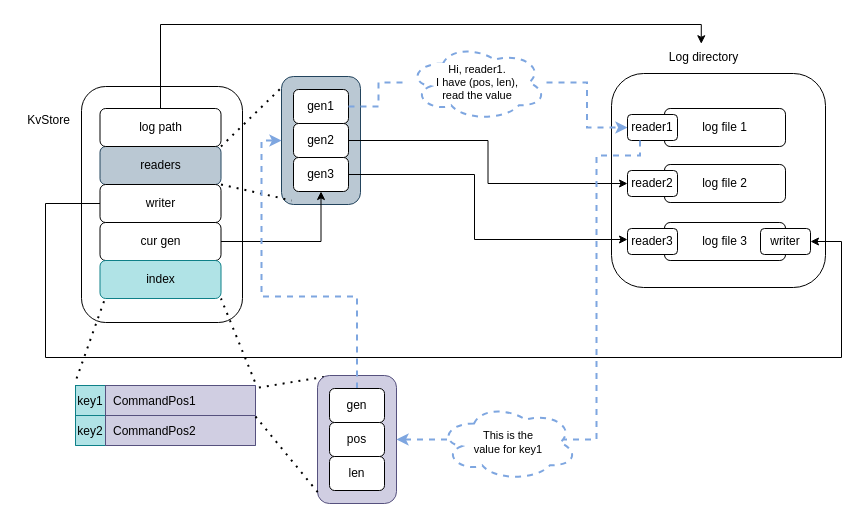
Above: distributed.drawio in miaochenlu/Draw (draw.io), before the change. Source tidied: cells renumbered, new cells numbered last; positions are measured from the earlier drawing's top-left corner, leaving out a move shared by most shapes. Both pictures are drawn from the tidied source at 100%, with x=0, y=0 at pixel (17, 44).
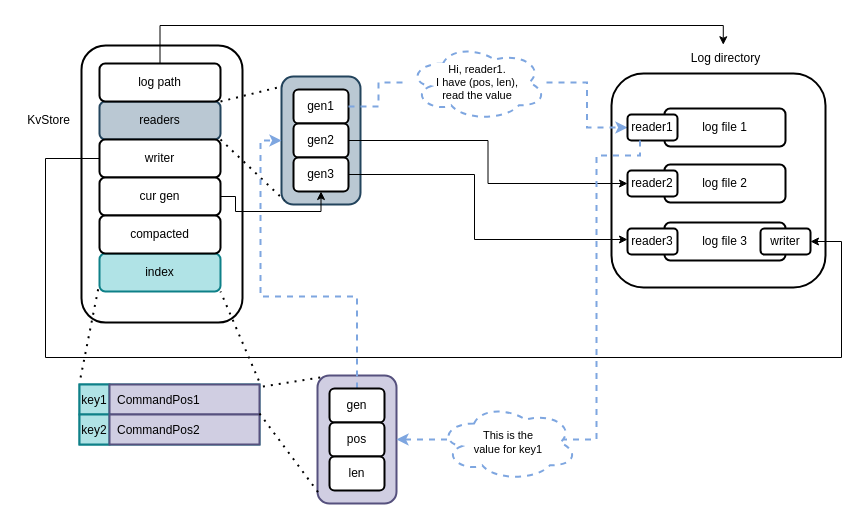
After the change.

What changed in the source:
```diff
@@
-    <mxCell id="2" style="rounded=1;whiteSpace=wrap;html=1;" parent="1" vertex="1">
+    <mxCell id="2" style="rounded=1;whiteSpace=wrap;html=1;strokeWidth=2;" parent="1" vertex="1">
       <mxGeometry x="594" y="29" width="214" height="214" as="geometry" />
     </mxCell>
-    <mxCell id="3" style="rounded=1;whiteSpace=wrap;html=1;fillColor=#bac8d3;strokeColor=#23445d;" parent="1" vertex="1">
+    <mxCell id="3" style="rounded=1;whiteSpace=wrap;html=1;fillColor=#bac8d3;strokeColor=#23445d;strokeWidth=2;" parent="1" vertex="1">
       <mxGeometry x="264" y="32" width="79" height="128" as="geometry" />
     </mxCell>
-    <mxCell id="4" style="rounded=1;whiteSpace=wrap;html=1;" parent="1" vertex="1">
-      <mxGeometry x="64" y="42" width="161" height="236" as="geometry" />
+    <mxCell id="4" style="rounded=1;whiteSpace=wrap;html=1;strokeWidth=2;" parent="1" vertex="1">
+      <mxGeometry x="64" y="1" width="161" height="277" as="geometry" />
     </mxCell>
-    <mxCell id="5" value="KvStore" style="text;html=1;align=center;verticalAlign=middle;strokeColor=none;fillColor=none;" parent="1" vertex="1">
+    <mxCell id="5" value="KvStore" style="text;html=1;align=center;verticalAlign=middle;strokeColor=none;fillColor=none;strokeWidth=2;" parent="1" vertex="1">
       <mxGeometry y="63" width="61" height="26" as="geometry" />
     </mxCell>
-    <mxCell id="6" value="Log directory" style="text;html=1;align=center;verticalAlign=middle;points=[];strokeColor=none;fillColor=none;" parent="1" vertex="1">
-      <mxGeometry x="642" width="87" height="26" as="geometry" />
+    <mxCell id="6" value="Log directory" style="text;html=1;align=center;verticalAlign=middle;points=[];strokeColor=none;fillColor=none;strokeWidth=2;" parent="1" vertex="1">
+      <mxGeometry x="664" y="1" width="87" height="26" as="geometry" />
     </mxCell>
-    <mxCell id="7" value="readers" style="rounded=1;whiteSpace=wrap;html=1;fillColor=#bac8d3;strokeColor=#23445d;" parent="1" vertex="1">
-      <mxGeometry x="82.5" y="102" width="121" height="38" as="geometry" />
+    <mxCell id="7" value="readers" style="rounded=1;whiteSpace=wrap;html=1;fillColor=#bac8d3;strokeColor=#23445d;strokeWidth=2;" parent="1" vertex="1">
+      <mxGeometry x="82" y="57" width="121" height="38" as="geometry" />
     </mxCell>
-    <mxCell id="8" style="edgeStyle=orthogonalEdgeStyle;rounded=0;jettySize=auto;html=1;exitX=0.5;exitY=0;exitDx=0;exitDy=0;entryX=0.48;entryY=-0.029;entryDx=0;entryDy=0;entryPerimeter=0;" parent="1" edge="1" source="9" target="6">
+    <mxCell id="8" style="edgeStyle=orthogonalEdgeStyle;rounded=0;jettySize=auto;html=1;exitX=0.5;exitY=0;exitDx=0;exitDy=0;entryX=0.48;entryY=-0.029;entryDx=0;entryDy=0;entryPerimeter=0;strokeWidth=1;" parent="1" edge="1" source="9" target="6">
       <mxGeometry relative="1" as="geometry" />
     </mxCell>
-    <mxCell id="9" value="log path" style="rounded=1;whiteSpace=wrap;html=1;" parent="1" vertex="1">
-      <mxGeometry x="82.5" y="64" width="121" height="38" as="geometry" />
+    <mxCell id="9" value="log path" style="rounded=1;whiteSpace=wrap;html=1;strokeWidth=2;" parent="1" vertex="1">
+      <mxGeometry x="82" y="19" width="121" height="38" as="geometry" />
     </mxCell>
-    <mxCell id="10" style="edgeStyle=orthogonalEdgeStyle;rounded=0;jettySize=auto;html=1;entryX=1;entryY=0.5;entryDx=0;entryDy=0;" parent="1" edge="1" source="11" target="29">
+    <mxCell id="10" style="edgeStyle=orthogonalEdgeStyle;rounded=0;jettySize=auto;html=1;entryX=1;entryY=0.5;entryDx=0;entryDy=0;exitX=0;exitY=0.5;exitDx=0;exitDy=0;strokeWidth=1;" parent="1" edge="1" source="11" target="29">
       <mxGeometry relative="1" as="geometry">
         <Array as="points">
-          <mxPoint x="28" y="159" />
+          <mxPoint x="28" y="114" />
           <mxPoint x="28" y="313" />
           <mxPoint x="824" y="313" />
           <mxPoint x="824" y="197" />
         </Array>
       </mxGeometry>
     </mxCell>
-    <mxCell id="11" value="writer" style="rounded=1;whiteSpace=wrap;html=1;" parent="1" vertex="1">
-      <mxGeometry x="82.5" y="140" width="121" height="38" as="geometry" />
+    <mxCell id="11" value="writer" style="rounded=1;whiteSpace=wrap;html=1;strokeWidth=2;" parent="1" vertex="1">
+      <mxGeometry x="82" y="95" width="121" height="38" as="geometry" />
     </mxCell>
-    <mxCell id="12" style="edgeStyle=orthogonalEdgeStyle;rounded=0;jettySize=auto;html=1;" parent="1" edge="1" source="13" target="22">
-      <mxGeometry relative="1" as="geometry" />
+    <mxCell id="12" style="edgeStyle=orthogonalEdgeStyle;rounded=0;jettySize=auto;html=1;entryX=0.5;entryY=1;entryDx=0;entryDy=0;strokeWidth=1;" parent="1" edge="1" source="13" target="22">
+      <mxGeometry relative="1" as="geometry">
+        <Array as="points">
+          <mxPoint x="218" y="152" />
+          <mxPoint x="218" y="167" />
+          <mxPoint x="304" y="167" />
+        </Array>
+      </mxGeometry>
     </mxCell>
-    <mxCell id="13" value="cur gen" style="rounded=1;whiteSpace=wrap;html=1;" parent="1" vertex="1">
-      <mxGeometry x="82.5" y="178" width="121" height="38" as="geometry" />
+    <mxCell id="13" value="cur gen" style="rounded=1;whiteSpace=wrap;html=1;strokeWidth=2;" parent="1" vertex="1">
+      <mxGeometry x="82" y="133" width="121" height="38" as="geometry" />
     </mxCell>
-    <mxCell id="14" value="index" style="rounded=1;whiteSpace=wrap;html=1;fillColor=#b0e3e6;strokeColor=#0e8088;" parent="1" vertex="1">
-      <mxGeometry x="82.5" y="216" width="121" height="38" as="geometry" />
+    <mxCell id="14" value="index" style="rounded=1;whiteSpace=wrap;html=1;fillColor=#b0e3e6;strokeColor=#0e8088;strokeWidth=2;" parent="1" vertex="1">
+      <mxGeometry x="82" y="209" width="121" height="38" as="geometry" />
     </mxCell>
-    <mxCell id="15" value="log file 1" style="rounded=1;whiteSpace=wrap;html=1;" parent="1" vertex="1">
+    <mxCell id="15" value="log file 1" style="rounded=1;whiteSpace=wrap;html=1;strokeWidth=2;" parent="1" vertex="1">
       <mxGeometry x="647" y="64" width="121" height="38" as="geometry" />
     </mxCell>
-    <mxCell id="16" value="log file 2" style="rounded=1;whiteSpace=wrap;html=1;" parent="1" vertex="1">
+    <mxCell id="16" value="log file 2" style="rounded=1;whiteSpace=wrap;html=1;strokeWidth=2;" parent="1" vertex="1">
       <mxGeometry x="647" y="120" width="121" height="38" as="geometry" />
     </mxCell>
-    <mxCell id="17" value="log file 3" style="rounded=1;whiteSpace=wrap;html=1;" parent="1" vertex="1">
+    <mxCell id="17" value="log file 3" style="rounded=1;whiteSpace=wrap;html=1;strokeWidth=2;" parent="1" vertex="1">
       <mxGeometry x="647" y="178" width="121" height="38" as="geometry" />
     </mxCell>
-    <mxCell id="18" value="gen1" style="rounded=1;whiteSpace=wrap;html=1;" parent="1" vertex="1">
+    <mxCell id="18" value="gen1" style="rounded=1;whiteSpace=wrap;html=1;strokeWidth=2;" parent="1" vertex="1">
       <mxGeometry x="276" y="45" width="55" height="34" as="geometry" />
     </mxCell>
@@
-    <mxCell id="20" value="gen2" style="rounded=1;whiteSpace=wrap;html=1;" parent="1" vertex="1">
+    <mxCell id="20" value="gen2" style="rounded=1;whiteSpace=wrap;html=1;strokeWidth=2;" parent="1" vertex="1">
       <mxGeometry x="276" y="79" width="55" height="34" as="geometry" />
     </mxCell>
-    <mxCell id="21" style="edgeStyle=orthogonalEdgeStyle;rounded=0;jettySize=auto;html=1;entryX=0;entryY=0.5;entryDx=0;entryDy=0;exitX=1;exitY=0.5;exitDx=0;exitDy=0;" parent="1" edge="1" source="20" target="27">
+    <mxCell id="21" style="edgeStyle=orthogonalEdgeStyle;rounded=0;jettySize=auto;html=1;entryX=0;entryY=0.5;entryDx=0;entryDy=0;exitX=1;exitY=0.5;exitDx=0;exitDy=0;strokeWidth=1;" parent="1" edge="1" source="20" target="27">
       <mxGeometry relative="1" as="geometry" />
     </mxCell>
-    <mxCell id="22" value="gen3" style="rounded=1;whiteSpace=wrap;html=1;" parent="1" vertex="1">
+    <mxCell id="22" value="gen3" style="rounded=1;whiteSpace=wrap;html=1;strokeWidth=2;" parent="1" vertex="1">
       <mxGeometry x="276" y="113" width="55" height="34" as="geometry" />
     </mxCell>
-    <mxCell id="23" style="edgeStyle=orthogonalEdgeStyle;rounded=0;jettySize=auto;html=1;" parent="1" edge="1" source="22" target="28">
+    <mxCell id="23" style="edgeStyle=orthogonalEdgeStyle;rounded=0;jettySize=auto;html=1;strokeWidth=1;" parent="1" edge="1" source="22" target="28">
       <mxGeometry relative="1" as="geometry">
         <Array as="points">
           <mxPoint x="457" y="130" />
           <mxPoint x="457" y="195" />
         </Array>
       </mxGeometry>
     </mxCell>
-    <mxCell id="24" style="endArrow=none;dashed=1;html=1;dashPattern=1 3;strokeWidth=2;rounded=0;entryX=0.017;entryY=0.076;entryDx=0;entryDy=0;entryPerimeter=0;" parent="1" edge="1" target="3">
-      <mxGeometry relative="1" as="geometry">
-        <mxPoint x="203.5" y="102" as="sourcePoint" />
-      </mxGeometry>
+    <mxCell id="24" style="endArrow=none;dashed=1;html=1;dashPattern=1 3;strokeWidth=2;rounded=0;entryX=0.017;entryY=0.076;entryDx=0;entryDy=0;entryPerimeter=0;exitX=1;exitY=0;exitDx=0;exitDy=0;" parent="1" edge="1" source="7" target="3">
+      <mxGeometry relative="1" as="geometry" />
     </mxCell>
     <mxCell id="25" style="endArrow=none;dashed=1;html=1;dashPattern=1 3;strokeWidth=2;rounded=0;exitX=1;exitY=1;exitDx=0;exitDy=0;" parent="1" edge="1" source="7">
       <mxGeometry relative="1" as="geometry">
-        <mxPoint x="274" y="156" as="targetPoint" />
+        <mxPoint x="267" y="156" as="targetPoint" />
       </mxGeometry>
     </mxCell>
-    <mxCell id="26" value="reader1" style="rounded=1;whiteSpace=wrap;html=1;" parent="1" vertex="1">
+    <mxCell id="26" value="reader1" style="rounded=1;whiteSpace=wrap;html=1;strokeWidth=2;" parent="1" vertex="1">
       <mxGeometry x="610" y="70" width="50" height="26" as="geometry" />
     </mxCell>
-    <mxCell id="27" value="reader2" style="rounded=1;whiteSpace=wrap;html=1;" parent="1" vertex="1">
+    <mxCell id="27" value="reader2" style="rounded=1;whiteSpace=wrap;html=1;strokeWidth=2;" parent="1" vertex="1">
       <mxGeometry x="610" y="126" width="50" height="26" as="geometry" />
     </mxCell>
-    <mxCell id="28" value="reader3" style="rounded=1;whiteSpace=wrap;html=1;" parent="1" vertex="1">
+    <mxCell id="28" value="reader3" style="rounded=1;whiteSpace=wrap;html=1;strokeWidth=2;" parent="1" vertex="1">
       <mxGeometry x="610" y="184" width="50" height="26" as="geometry" />
     </mxCell>
-    <mxCell id="29" value="writer" style="rounded=1;whiteSpace=wrap;html=1;" parent="1" vertex="1">
+    <mxCell id="29" value="writer" style="rounded=1;whiteSpace=wrap;html=1;strokeWidth=2;" parent="1" vertex="1">
       <mxGeometry x="743" y="184" width="50" height="26" as="geometry" />
     </mxCell>
-    <mxCell id="30" style="shape=table;startSize=0;childLayout=tableLayout;rowLines=1;fontStyle=0;align=center;whiteSpace=wrap;html=1;fillColor=#b0e3e6;strokeColor=#0e8088;" parent="1" vertex="1">
-      <mxGeometry x="58" y="341" width="180" height="60" as="geometry" />
+    <mxCell id="30" style="shape=table;startSize=0;childLayout=tableLayout;rowLines=1;fontStyle=0;align=center;whiteSpace=wrap;html=1;fillColor=#b0e3e6;strokeColor=#0e8088;strokeWidth=2;" parent="1" vertex="1">
+      <mxGeometry x="62" y="340" width="180" height="60" as="geometry" />
     </mxCell>
-    <mxCell id="31" style="shape=tableRow;horizontal=0;startSize=0;swimlaneHead=0;swimlaneBody=0;points=[[0,0.5],[1,0.5]];portConstraint=eastwest;top=0;left=0;right=0;bottom=0;fillColor=#b0e3e6;strokeColor=#0e8088;" parent="30" vertex="1">
+    <mxCell id="31" style="shape=tableRow;horizontal=0;startSize=0;swimlaneHead=0;swimlaneBody=0;points=[[0,0.5],[1,0.5]];portConstraint=eastwest;top=0;left=0;right=0;bottom=0;fillColor=#b0e3e6;strokeColor=#0e8088;strokeWidth=2;" parent="30" vertex="1">
       <mxGeometry width="180" height="30" as="geometry" />
     </mxCell>
-    <mxCell id="32" value="key1" style="shape=partialRectangle;top=1;left=1;bottom=1;right=1;overflow=hidden;fillColor=#b0e3e6;strokeColor=#0e8088;" parent="31" vertex="1">
+    <mxCell id="32" value="key1" style="shape=partialRectangle;top=1;left=1;bottom=1;right=1;overflow=hidden;fillColor=#b0e3e6;strokeColor=#0e8088;strokeWidth=2;" parent="31" vertex="1">
       <mxGeometry width="30" height="30" as="geometry" />
     </mxCell>
-    <mxCell id="33" value="CommandPos1" style="shape=partialRectangle;top=1;left=1;bottom=1;right=1;align=left;spacingLeft=6;overflow=hidden;fillColor=#d0cee2;strokeColor=#56517e;" parent="31" vertex="1">
+    <mxCell id="33" value="CommandPos1" style="shape=partialRectangle;top=1;left=1;bottom=1;right=1;align=left;spacingLeft=6;overflow=hidden;fillColor=#d0cee2;strokeColor=#56517e;strokeWidth=2;" parent="31" vertex="1">
       <mxGeometry x="30" width="150" height="30" as="geometry" />
     </mxCell>
-    <mxCell id="34" style="shape=tableRow;horizontal=0;startSize=0;swimlaneHead=0;swimlaneBody=0;top=0;left=0;right=0;bottom=0;fillColor=#b0e3e6;strokeColor=#0e8088;" parent="30" vertex="1">
+    <mxCell id="34" style="shape=tableRow;horizontal=0;startSize=0;swimlaneHead=0;swimlaneBody=0;top=0;left=0;right=0;bottom=0;fillColor=#b0e3e6;strokeColor=#0e8088;strokeWidth=2;" parent="30" vertex="1">
       <mxGeometry y="30" width="180" height="30" as="geometry" />
     </mxCell>
-    <mxCell id="35" value="key2" style="shape=partialRectangle;top=1;left=1;bottom=1;right=1;overflow=hidden;fillColor=#b0e3e6;strokeColor=#0e8088;" parent="34" vertex="1">
+    <mxCell id="35" value="key2" style="shape=partialRectangle;top=1;left=1;bottom=1;right=1;overflow=hidden;fillColor=#b0e3e6;strokeColor=#0e8088;strokeWidth=2;" parent="34" vertex="1">
       <mxGeometry width="30" height="30" as="geometry" />
     </mxCell>
-    <mxCell id="36" value="CommandPos2" style="shape=partialRectangle;top=1;left=1;bottom=1;right=1;align=left;spacingLeft=6;overflow=hidden;fillColor=#d0cee2;strokeColor=#56517e;" parent="34" vertex="1">
+    <mxCell id="36" value="CommandPos2" style="shape=partialRectangle;top=1;left=1;bottom=1;right=1;align=left;spacingLeft=6;overflow=hidden;fillColor=#d0cee2;strokeColor=#56517e;strokeWidth=2;" parent="34" vertex="1">
       <mxGeometry x="30" width="150" height="30" as="geometry" />
     </mxCell>
@@
-    <mxCell id="38" style="rounded=1;whiteSpace=wrap;html=1;fillColor=#d0cee2;strokeColor=#56517e;" parent="1" vertex="1">
+    <mxCell id="38" style="rounded=1;whiteSpace=wrap;html=1;fillColor=#d0cee2;strokeColor=#56517e;strokeWidth=2;" parent="1" vertex="1">
       <mxGeometry x="300" y="331" width="79" height="128" as="geometry" />
     </mxCell>
     <mxCell id="39" style="edgeStyle=orthogonalEdgeStyle;rounded=0;jettySize=auto;html=1;entryX=0;entryY=0.5;entryDx=0;entryDy=0;dashed=1;strokeColor=#7EA6E0;strokeWidth=2;" parent="1" edge="1" source="40" target="3">
-      <mxGeometry relative="1" as="geometry" />
+      <mxGeometry relative="1" as="geometry">
+        <Array as="points">
+          <mxPoint x="340" y="252" />
+          <mxPoint x="243" y="252" />
+          <mxPoint x="243" y="96" />
+        </Array>
+      </mxGeometry>
     </mxCell>
-    <mxCell id="40" value="gen" style="rounded=1;whiteSpace=wrap;html=1;" parent="1" vertex="1">
+    <mxCell id="40" value="gen" style="rounded=1;whiteSpace=wrap;html=1;strokeWidth=2;" parent="1" vertex="1">
       <mxGeometry x="312" y="344" width="55" height="34" as="geometry" />
     </mxCell>
-    <mxCell id="41" value="pos" style="rounded=1;whiteSpace=wrap;html=1;" parent="1" vertex="1">
+    <mxCell id="41" value="pos" style="rounded=1;whiteSpace=wrap;html=1;strokeWidth=2;" parent="1" vertex="1">
       <mxGeometry x="312" y="378" width="55" height="34" as="geometry" />
     </mxCell>
-    <mxCell id="42" value="len" style="rounded=1;whiteSpace=wrap;html=1;" parent="1" vertex="1">
+    <mxCell id="42" value="len" style="rounded=1;whiteSpace=wrap;html=1;strokeWidth=2;" parent="1" vertex="1">
       <mxGeometry x="312" y="412" width="55" height="34" as="geometry" />
     </mxCell>
@@
     <mxCell id="47" style="endArrow=none;dashed=1;html=1;dashPattern=1 3;strokeWidth=2;rounded=0;exitX=0.006;exitY=-0.233;exitDx=0;exitDy=0;exitPerimeter=0;" parent="1" edge="1" source="31">
       <mxGeometry relative="1" as="geometry">
-        <mxPoint x="87.5" y="254" as="targetPoint" />
+        <mxPoint x="81" y="243" as="targetPoint" />
       </mxGeometry>
     </mxCell>
@@
     <mxCell id="49" style="endArrow=none;dashed=1;html=1;dashPattern=1 3;strokeWidth=2;rounded=0;entryX=0.051;entryY=0.948;entryDx=0;entryDy=0;entryPerimeter=0;" parent="1" edge="1" target="38">
       <mxGeometry relative="1" as="geometry">
-        <mxPoint x="238" y="372" as="sourcePoint" />
+        <mxPoint x="242" y="369" as="sourcePoint" />
       </mxGeometry>
     </mxCell>
+    <mxCell id="50" value="compacted" style="rounded=1;whiteSpace=wrap;html=1;strokeWidth=2;" parent="1" vertex="1">
+      <mxGeometry x="82" y="171" width="121" height="38" as="geometry" />
+    </mxCell>
```
